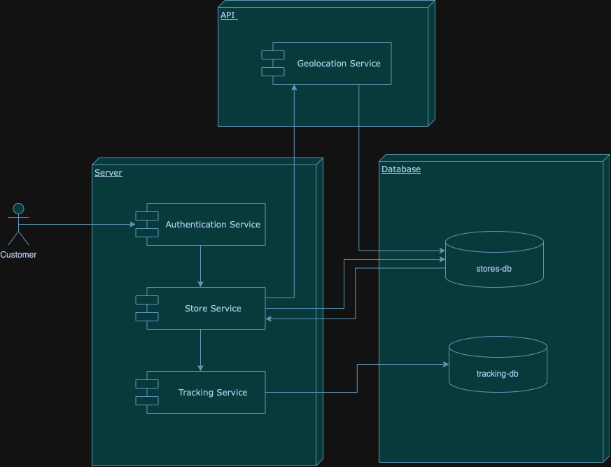
Valentina17varela/technical-challenges keeps this draw.io diagram as instastore/multimedia/architecture.png. Above is the earlier version. Source tidied: cells renumbered, new cells last; positions are measured from the earlier drawing's top-left corner, leaving out a move shared by most shapes. The source it was exported from:
```xml
<mxGraphModel>
  <root>
    <mxCell id="0" />
    <mxCell id="1" parent="0" />
    <mxCell id="2" value="Server" style="verticalAlign=top;align=left;spacingTop=8;spacingLeft=2;spacingRight=12;shape=cube;size=10;direction=south;fontStyle=4;html=1;rounded=0;shadow=0;comic=0;labelBackgroundColor=none;strokeWidth=1;fontFamily=Verdana;fontSize=12;fillColor=#A8DADC;strokeColor=#457B9D;fontColor=#1D3557;" parent="1" vertex="1">
      <mxGeometry x="120" y="225" width="330" height="440" as="geometry" />
    </mxCell>
    <mxCell id="3" style="edgeStyle=orthogonalEdgeStyle;rounded=0;jettySize=auto;html=1;exitX=0.5;exitY=0.5;exitDx=0;exitDy=0;exitPerimeter=0;strokeColor=#457B9D;fontColor=#1D3557;fillColor=#A8DADC;" parent="1" edge="1" source="4" target="6">
      <mxGeometry relative="1" as="geometry" />
    </mxCell>
    <mxCell id="4" value="Customer" style="shape=umlActor;verticalLabelPosition=bottom;verticalAlign=top;html=1;outlineConnect=0;strokeColor=#457B9D;fontColor=#1D3557;fillColor=#A8DADC;" parent="1" vertex="1">
      <mxGeometry y="290" width="30" height="60" as="geometry" />
    </mxCell>
    <mxCell id="5" style="edgeStyle=orthogonalEdgeStyle;rounded=0;jettySize=auto;html=1;exitX=0.5;exitY=1;exitDx=0;exitDy=0;entryX=0.5;entryY=0;entryDx=0;entryDy=0;strokeColor=#457B9D;fontColor=#1D3557;fillColor=#A8DADC;" parent="1" edge="1" source="6" target="8">
      <mxGeometry relative="1" as="geometry" />
    </mxCell>
    <mxCell id="6" value="Authentication Service" style="shape=component;align=center;spacingLeft=36;rounded=0;shadow=0;comic=0;labelBackgroundColor=none;strokeWidth=1;fontFamily=Verdana;fontSize=12;html=1;fillColor=#A8DADC;strokeColor=#457B9D;fontColor=#1D3557;" parent="1" vertex="1">
      <mxGeometry x="182.5" y="290" width="185" height="60" as="geometry" />
    </mxCell>
    <mxCell id="7" style="edgeStyle=orthogonalEdgeStyle;rounded=0;jettySize=auto;html=1;exitX=0.5;exitY=1;exitDx=0;exitDy=0;entryX=0.5;entryY=0;entryDx=0;entryDy=0;strokeColor=#457B9D;fontColor=#1D3557;fillColor=#A8DADC;" parent="1" edge="1" source="8" target="9">
      <mxGeometry relative="1" as="geometry" />
    </mxCell>
    <mxCell id="8" value="Store Service" style="shape=component;align=center;spacingLeft=36;rounded=0;shadow=0;comic=0;labelBackgroundColor=none;strokeWidth=1;fontFamily=Verdana;fontSize=12;html=1;fillColor=#A8DADC;strokeColor=#457B9D;fontColor=#1D3557;" parent="1" vertex="1">
      <mxGeometry x="182.5" y="410" width="185" height="60" as="geometry" />
    </mxCell>
    <mxCell id="9" value="Tracking Service" style="shape=component;align=center;spacingLeft=36;rounded=0;shadow=0;comic=0;labelBackgroundColor=none;strokeWidth=1;fontFamily=Verdana;fontSize=12;html=1;fillColor=#A8DADC;strokeColor=#457B9D;fontColor=#1D3557;" parent="1" vertex="1">
      <mxGeometry x="182.5" y="530" width="185" height="60" as="geometry" />
    </mxCell>
    <mxCell id="10" value="Database" style="verticalAlign=top;align=left;spacingTop=8;spacingLeft=2;spacingRight=12;shape=cube;size=10;direction=south;fontStyle=4;html=1;rounded=0;shadow=0;comic=0;labelBackgroundColor=none;strokeWidth=1;fontFamily=Verdana;fontSize=12;fillColor=#A8DADC;strokeColor=#457B9D;fontColor=#1D3557;" parent="1" vertex="1">
      <mxGeometry x="530" y="220" width="330" height="440" as="geometry" />
    </mxCell>
    <mxCell id="11" value="tracking-db" style="shape=cylinder3;whiteSpace=wrap;html=1;boundedLbl=1;backgroundOutline=1;size=15;strokeColor=#457B9D;fontColor=#1D3557;fillColor=#A8DADC;" parent="1" vertex="1">
      <mxGeometry x="630" y="480" width="140" height="80" as="geometry" />
    </mxCell>
    <mxCell id="12" style="edgeStyle=orthogonalEdgeStyle;rounded=0;jettySize=auto;html=1;exitX=0;exitY=0;exitDx=0;exitDy=52.5;exitPerimeter=0;entryX=1;entryY=0.75;entryDx=0;entryDy=0;strokeColor=#457B9D;fontColor=#1D3557;fillColor=#A8DADC;" parent="1" edge="1" source="13" target="8">
      <mxGeometry relative="1" as="geometry" />
    </mxCell>
    <mxCell id="13" value="stores-db" style="shape=cylinder3;whiteSpace=wrap;html=1;boundedLbl=1;backgroundOutline=1;size=15;strokeColor=#457B9D;fontColor=#1D3557;fillColor=#A8DADC;" parent="1" vertex="1">
      <mxGeometry x="625" y="330" width="140" height="80" as="geometry" />
    </mxCell>
    <mxCell id="14" value="API&amp;nbsp;" style="verticalAlign=top;align=left;spacingTop=8;spacingLeft=2;spacingRight=12;shape=cube;size=10;direction=south;fontStyle=4;html=1;rounded=0;shadow=0;comic=0;labelBackgroundColor=none;strokeWidth=1;fontFamily=Verdana;fontSize=12;fillColor=#A8DADC;strokeColor=#457B9D;fontColor=#1D3557;" parent="1" vertex="1">
      <mxGeometry x="300" width="310" height="180" as="geometry" />
    </mxCell>
    <mxCell id="15" value="Geolocation Service" style="shape=component;align=center;spacingLeft=36;rounded=0;shadow=0;comic=0;labelBackgroundColor=none;strokeWidth=1;fontFamily=Verdana;fontSize=12;html=1;fillColor=#A8DADC;strokeColor=#457B9D;fontColor=#1D3557;" parent="1" vertex="1">
      <mxGeometry x="362.5" y="60" width="185" height="60" as="geometry" />
    </mxCell>
    <mxCell id="16" style="edgeStyle=orthogonalEdgeStyle;rounded=0;jettySize=auto;html=1;exitX=1;exitY=0.5;exitDx=0;exitDy=0;entryX=0;entryY=0.5;entryDx=0;entryDy=0;entryPerimeter=0;strokeColor=#457B9D;fontColor=#1D3557;fillColor=#A8DADC;" parent="1" edge="1" source="9" target="11">
      <mxGeometry relative="1" as="geometry" />
    </mxCell>
    <mxCell id="17" style="edgeStyle=orthogonalEdgeStyle;rounded=0;jettySize=auto;html=1;exitX=1;exitY=0.25;exitDx=0;exitDy=0;entryX=0.25;entryY=1;entryDx=0;entryDy=0;strokeColor=#457B9D;fontColor=#1D3557;fillColor=#A8DADC;" parent="1" edge="1" source="8" target="15">
      <mxGeometry relative="1" as="geometry" />
    </mxCell>
    <mxCell id="18" style="edgeStyle=orthogonalEdgeStyle;rounded=0;jettySize=auto;html=1;exitX=0.75;exitY=1;exitDx=0;exitDy=0;strokeColor=#457B9D;fontColor=#1D3557;fillColor=#A8DADC;entryX=0;entryY=0;entryDx=0;entryDy=27.5;entryPerimeter=0;" parent="1" edge="1" source="15" target="13">
      <mxGeometry relative="1" as="geometry" />
    </mxCell>
    <mxCell id="19" style="edgeStyle=orthogonalEdgeStyle;rounded=0;jettySize=auto;html=1;exitX=1;exitY=0.5;exitDx=0;exitDy=0;entryX=0;entryY=0.5;entryDx=0;entryDy=0;entryPerimeter=0;strokeColor=#457B9D;fontColor=#1D3557;fillColor=#A8DADC;" parent="1" edge="1" source="8" target="13">
      <mxGeometry relative="1" as="geometry">
        <Array as="points">
          <mxPoint x="480" y="440" />
          <mxPoint x="480" y="370" />
        </Array>
      </mxGeometry>
    </mxCell>
  </root>
</mxGraphModel>
```
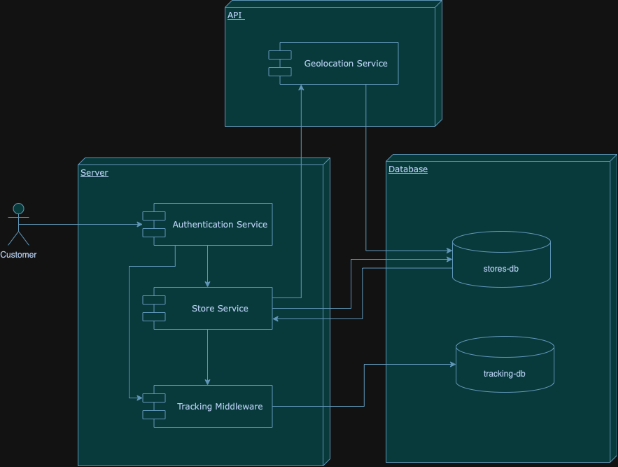
Later version of the same file.

What changed in the source:
```diff
@@ -3,13 +3,13 @@
     <mxCell id="0" />
     <mxCell id="1" parent="0" />
     <mxCell id="2" value="Server" style="verticalAlign=top;align=left;spacingTop=8;spacingLeft=2;spacingRight=12;shape=cube;size=10;direction=south;fontStyle=4;html=1;rounded=0;shadow=0;comic=0;labelBackgroundColor=none;strokeWidth=1;fontFamily=Verdana;fontSize=12;fillColor=#A8DADC;strokeColor=#457B9D;fontColor=#1D3557;" parent="1" vertex="1">
-      <mxGeometry x="120" y="225" width="330" height="440" as="geometry" />
+      <mxGeometry x="90" y="225" width="360" height="440" as="geometry" />
     </mxCell>
     <mxCell id="3" style="edgeStyle=orthogonalEdgeStyle;rounded=0;jettySize=auto;html=1;exitX=0.5;exitY=0.5;exitDx=0;exitDy=0;exitPerimeter=0;strokeColor=#457B9D;fontColor=#1D3557;fillColor=#A8DADC;" parent="1" edge="1" source="4" target="6">
       <mxGeometry relative="1" as="geometry" />
     </mxCell>
     <mxCell id="4" value="Customer" style="shape=umlActor;verticalLabelPosition=bottom;verticalAlign=top;html=1;outlineConnect=0;strokeColor=#457B9D;fontColor=#1D3557;fillColor=#A8DADC;" parent="1" vertex="1">
-      <mxGeometry y="290" width="30" height="60" as="geometry" />
+      <mxGeometry x="-10" y="290" width="30" height="60" as="geometry" />
     </mxCell>
     <mxCell id="5" style="edgeStyle=orthogonalEdgeStyle;rounded=0;jettySize=auto;html=1;exitX=0.5;exitY=1;exitDx=0;exitDy=0;entryX=0.5;entryY=0;entryDx=0;entryDy=0;strokeColor=#457B9D;fontColor=#1D3557;fillColor=#A8DADC;" parent="1" edge="1" source="6" target="8">
       <mxGeometry relative="1" as="geometry" />
@@ -23,8 +23,8 @@
     <mxCell id="8" value="Store Service" style="shape=component;align=center;spacingLeft=36;rounded=0;shadow=0;comic=0;labelBackgroundColor=none;strokeWidth=1;fontFamily=Verdana;fontSize=12;html=1;fillColor=#A8DADC;strokeColor=#457B9D;fontColor=#1D3557;" parent="1" vertex="1">
       <mxGeometry x="182.5" y="410" width="185" height="60" as="geometry" />
     </mxCell>
-    <mxCell id="9" value="Tracking Service" style="shape=component;align=center;spacingLeft=36;rounded=0;shadow=0;comic=0;labelBackgroundColor=none;strokeWidth=1;fontFamily=Verdana;fontSize=12;html=1;fillColor=#A8DADC;strokeColor=#457B9D;fontColor=#1D3557;" parent="1" vertex="1">
-      <mxGeometry x="182.5" y="530" width="185" height="60" as="geometry" />
+    <mxCell id="9" value="Tracking Middleware" style="shape=component;align=center;spacingLeft=36;rounded=0;shadow=0;comic=0;labelBackgroundColor=none;strokeWidth=1;fontFamily=Verdana;fontSize=12;html=1;fillColor=#A8DADC;strokeColor=#457B9D;fontColor=#1D3557;" parent="1" vertex="1">
+      <mxGeometry x="182.5" y="550" width="185" height="60" as="geometry" />
     </mxCell>
     <mxCell id="10" value="Database" style="verticalAlign=top;align=left;spacingTop=8;spacingLeft=2;spacingRight=12;shape=cube;size=10;direction=south;fontStyle=4;html=1;rounded=0;shadow=0;comic=0;labelBackgroundColor=none;strokeWidth=1;fontFamily=Verdana;fontSize=12;fillColor=#A8DADC;strokeColor=#457B9D;fontColor=#1D3557;" parent="1" vertex="1">
       <mxGeometry x="530" y="220" width="330" height="440" as="geometry" />
@@ -61,5 +61,14 @@
         </Array>
       </mxGeometry>
     </mxCell>
+    <mxCell id="20" style="edgeStyle=orthogonalEdgeStyle;rounded=0;jettySize=auto;html=1;exitX=0.25;exitY=1;exitDx=0;exitDy=0;entryX=0;entryY=0.3;entryDx=0;entryDy=0;strokeColor=#457B9D;fontColor=#1D3557;fillColor=#A8DADC;" parent="1" edge="1" source="6" target="9">
+      <mxGeometry relative="1" as="geometry">
+        <Array as="points">
+          <mxPoint x="229" y="380" />
+          <mxPoint x="163" y="380" />
+          <mxPoint x="163" y="568" />
+        </Array>
+      </mxGeometry>
+    </mxCell>
   </root>
 </mxGraphModel>
```
